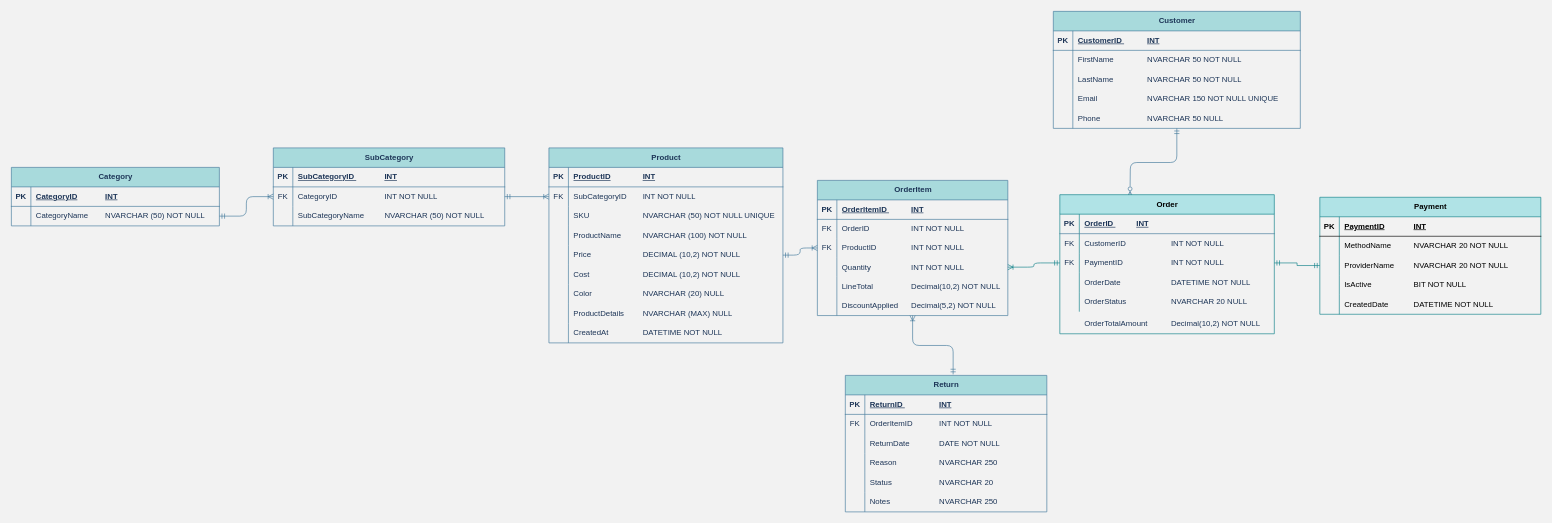
This is page "Fysiska" (2 of 2) of NetOnNet.drawio from dargys/KimmosLektion, a draw.io file, before an edit. Source tidied: cells renumbered, new cells numbered last; positions are measured from the earlier drawing's top-left corner, leaving out a move shared by most shapes. Both pictures are drawn from the tidied source at 65%, with x=0, y=0 at pixel (11, 11).
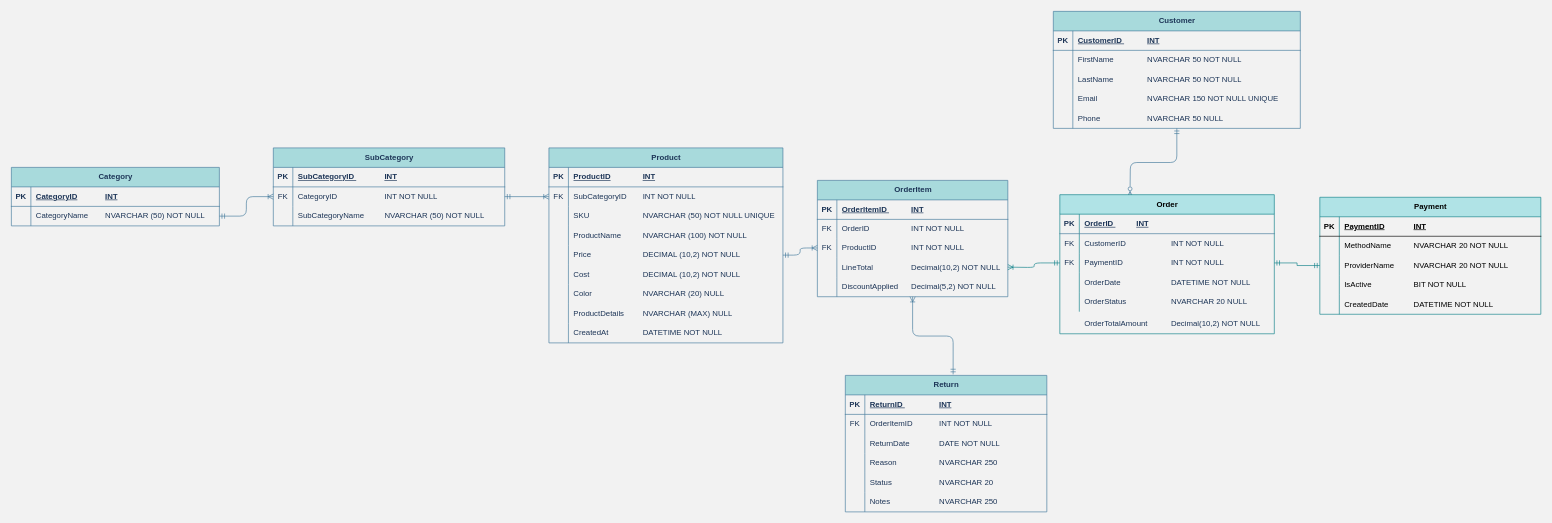
The same page after the edit.

The change refers to these unchanged cells:
```xml
<mxCell id="131" style="shape=tableRow;horizontal=0;startSize=0;swimlaneHead=0;swimlaneBody=0;fillColor=none;points=[[0,0.5],[1,0.5]];portConstraint=eastwest;top=0;left=0;right=0;bottom=0;strokeColor=#457B9D;fontColor=#1D3557;labelBackgroundColor=none;" parent="124" vertex="1">
  <mxGeometry y="90" width="330" height="30" as="geometry" />
</mxCell>
```

The edit, as a diff of the source:
```diff
@@
     <mxCell id="49" value="OrderItem" style="shape=table;startSize=30;childLayout=tableLayout;rowLines=0;fontStyle=1;align=center;html=1;strokeColor=#457B9D;fontColor=#1D3557;fillColor=#A8DADC;labelBackgroundColor=none;" parent="1" vertex="1">
-      <mxGeometry x="1240" y="260" width="293" height="208" as="geometry" />
+      <mxGeometry x="1240" y="260" width="293" height="179" as="geometry" />
     </mxCell>
@@
-    <mxCell id="59" style="shape=tableRow;horizontal=0;startSize=0;swimlaneHead=0;swimlaneBody=0;fillColor=none;points=[[0,0.5],[1,0.5]];portConstraint=eastwest;top=0;left=0;right=0;bottom=0;strokeColor=#457B9D;fontColor=#1D3557;labelBackgroundColor=none;" parent="49" vertex="1">
-      <mxGeometry y="119" width="293" height="29" as="geometry" />
-    </mxCell>
-    <mxCell id="60" style="shape=partialRectangle;fillColor=none;top=0;left=0;bottom=0;right=0;overflow=hidden;whiteSpace=wrap;html=1;strokeColor=#457B9D;fontColor=#1D3557;labelBackgroundColor=none;" parent="59" vertex="1">
-      <mxGeometry width="30" height="29" as="geometry" />
-    </mxCell>
-    <mxCell id="61" value="Quantity&lt;span style=&quot;white-space: pre;&quot;&gt;&#9;&lt;span style=&quot;white-space: pre;&quot;&gt;&#9;&lt;span style=&quot;white-space: pre;&quot;&gt;&#9;&lt;/span&gt;&lt;/span&gt;&lt;/span&gt;INT NOT NULL" style="shape=partialRectangle;fillColor=none;top=0;left=0;bottom=0;right=0;align=left;spacingLeft=6;overflow=hidden;whiteSpace=wrap;html=1;strokeColor=#457B9D;fontColor=#1D3557;labelBackgroundColor=none;" parent="59" vertex="1">
-      <mxGeometry x="30" width="263" height="29" as="geometry" />
-    </mxCell>
     <mxCell id="62" style="shape=tableRow;horizontal=0;startSize=0;swimlaneHead=0;swimlaneBody=0;fillColor=none;top=0;left=0;right=0;bottom=0;strokeColor=#457B9D;fontColor=#1D3557;labelBackgroundColor=none;" parent="49" vertex="1">
-      <mxGeometry y="148" width="293" height="30" as="geometry" />
+      <mxGeometry y="119" width="293" height="30" as="geometry" />
     </mxCell>
@@
     <mxCell id="65" style="shape=tableRow;horizontal=0;startSize=0;swimlaneHead=0;swimlaneBody=0;fillColor=none;top=0;left=0;right=0;bottom=0;strokeColor=#457B9D;fontColor=#1D3557;labelBackgroundColor=none;" parent="49" vertex="1">
-      <mxGeometry y="178" width="293" height="30" as="geometry" />
+      <mxGeometry y="149" width="293" height="30" as="geometry" />
     </mxCell>
@@
-    <mxCell id="142" style="edgeStyle=orthogonalEdgeStyle;rounded=1;jettySize=auto;html=1;entryX=1;entryY=0.5;entryDx=0;entryDy=0;startArrow=ERmandOne;startFill=0;endArrow=ERoneToMany;endFill=0;fillColor=#b0e3e6;strokeColor=#0e8088;curved=0;" parent="1" edge="1" source="131" target="59">
-      <mxGeometry relative="1" as="geometry" />
+    <mxCell id="142" style="edgeStyle=orthogonalEdgeStyle;rounded=1;jettySize=auto;html=1;entryX=1;entryY=0.5;entryDx=0;entryDy=0;startArrow=ERmandOne;startFill=0;endArrow=ERoneToMany;endFill=0;fillColor=#b0e3e6;strokeColor=#0e8088;curved=0;" parent="1" edge="1" source="131">
+      <mxGeometry relative="1" as="geometry">
+        <mxPoint x="1533" y="393.5" as="targetPoint" />
+      </mxGeometry>
     </mxCell>
```
